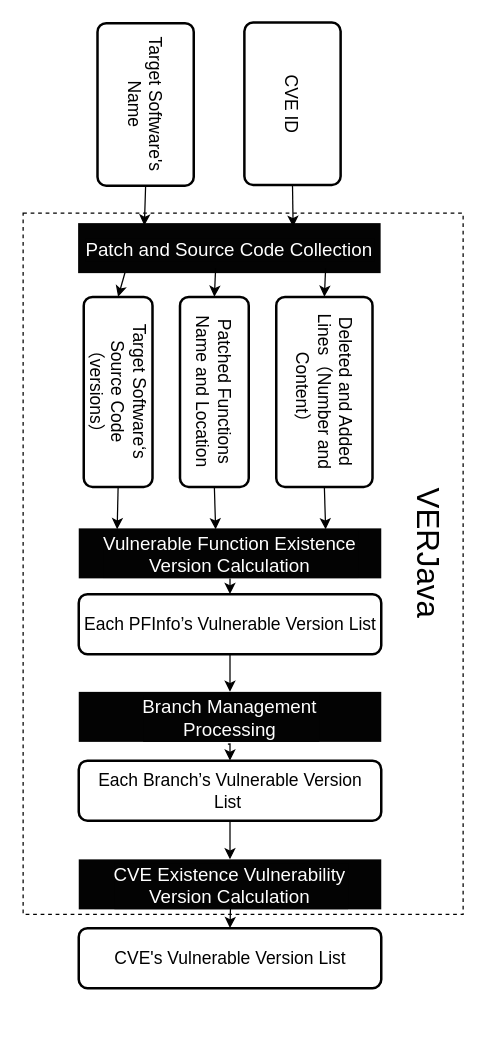
Earlier version of the draw.io diagram Untitled Diagram.drawio (sunSUNQ/Java_learning). Source tidied: cells renumbered, new cells numbered last; positions are measured from the earlier drawing's top-left corner, leaving out a move shared by most shapes. Both pictures are drawn from the tidied source at 125%, with x=0, y=0 at pixel (22, 55).
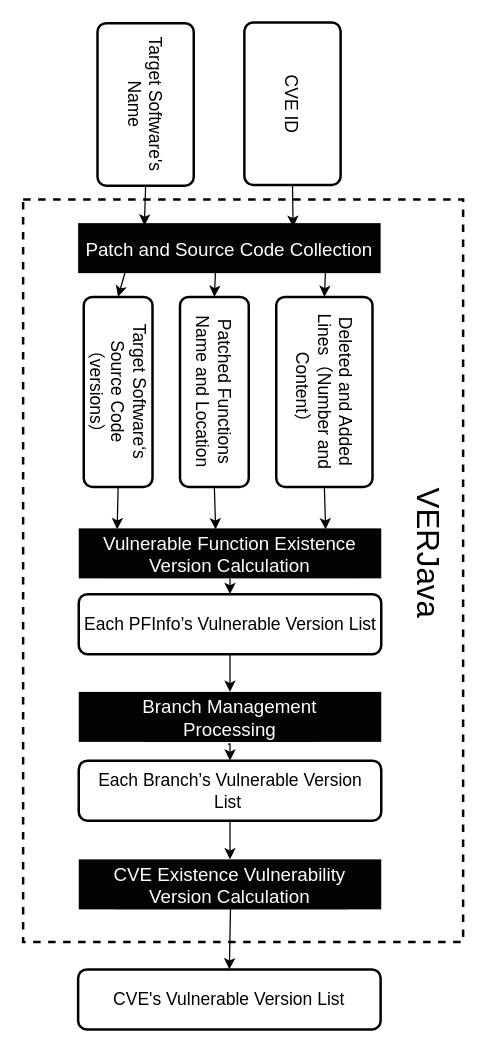
Above is the later version.

The edit, as a diff of the source:
```diff
@@
-    <mxCell id="2" style="rounded=0;whiteSpace=wrap;html=1;shadow=0;glass=0;labelBackgroundColor=#FFFFFF;labelBorderColor=none;sketch=0;fontSize=16;fontColor=default;fillColor=none;gradientColor=none;dashed=1;" parent="1" vertex="1">
-      <mxGeometry y="126" width="352" height="561" as="geometry" />
+    <mxCell id="2" style="rounded=0;whiteSpace=wrap;html=1;shadow=0;glass=0;labelBackgroundColor=#FFFFFF;labelBorderColor=none;sketch=0;fontSize=16;fontColor=default;fillColor=none;gradientColor=none;dashed=1;strokeWidth=2;" parent="1" vertex="1">
+      <mxGeometry y="115" width="352" height="594" as="geometry" />
     </mxCell>
@@
     <mxCell id="12" value="CVE's Vulnerable Version List" style="rounded=1;whiteSpace=wrap;html=1;absoluteArcSize=1;arcSize=14;strokeWidth=2;shadow=0;glass=0;sketch=0;verticalAlign=middle;fontSize=14;rotation=0;" parent="1" vertex="1">
-      <mxGeometry x="44.5" y="698" width="242" height="48" as="geometry" />
+      <mxGeometry x="44" y="731" width="242" height="48" as="geometry" />
     </mxCell>
```
